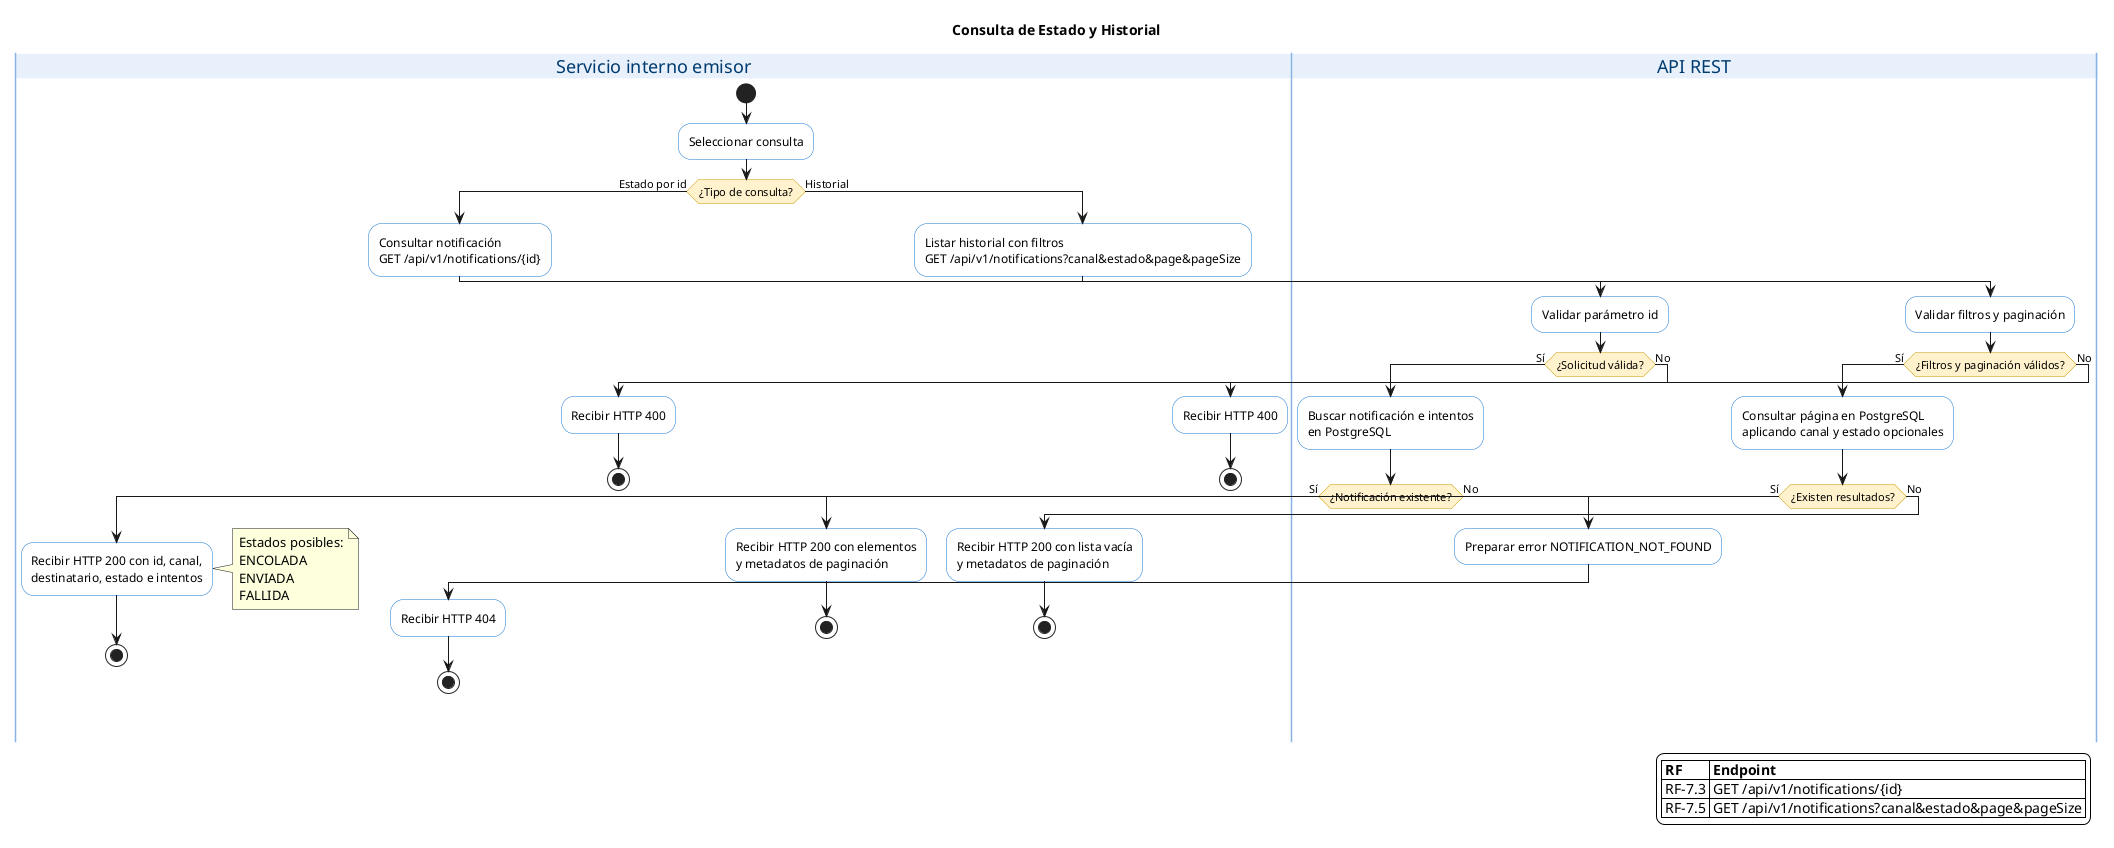
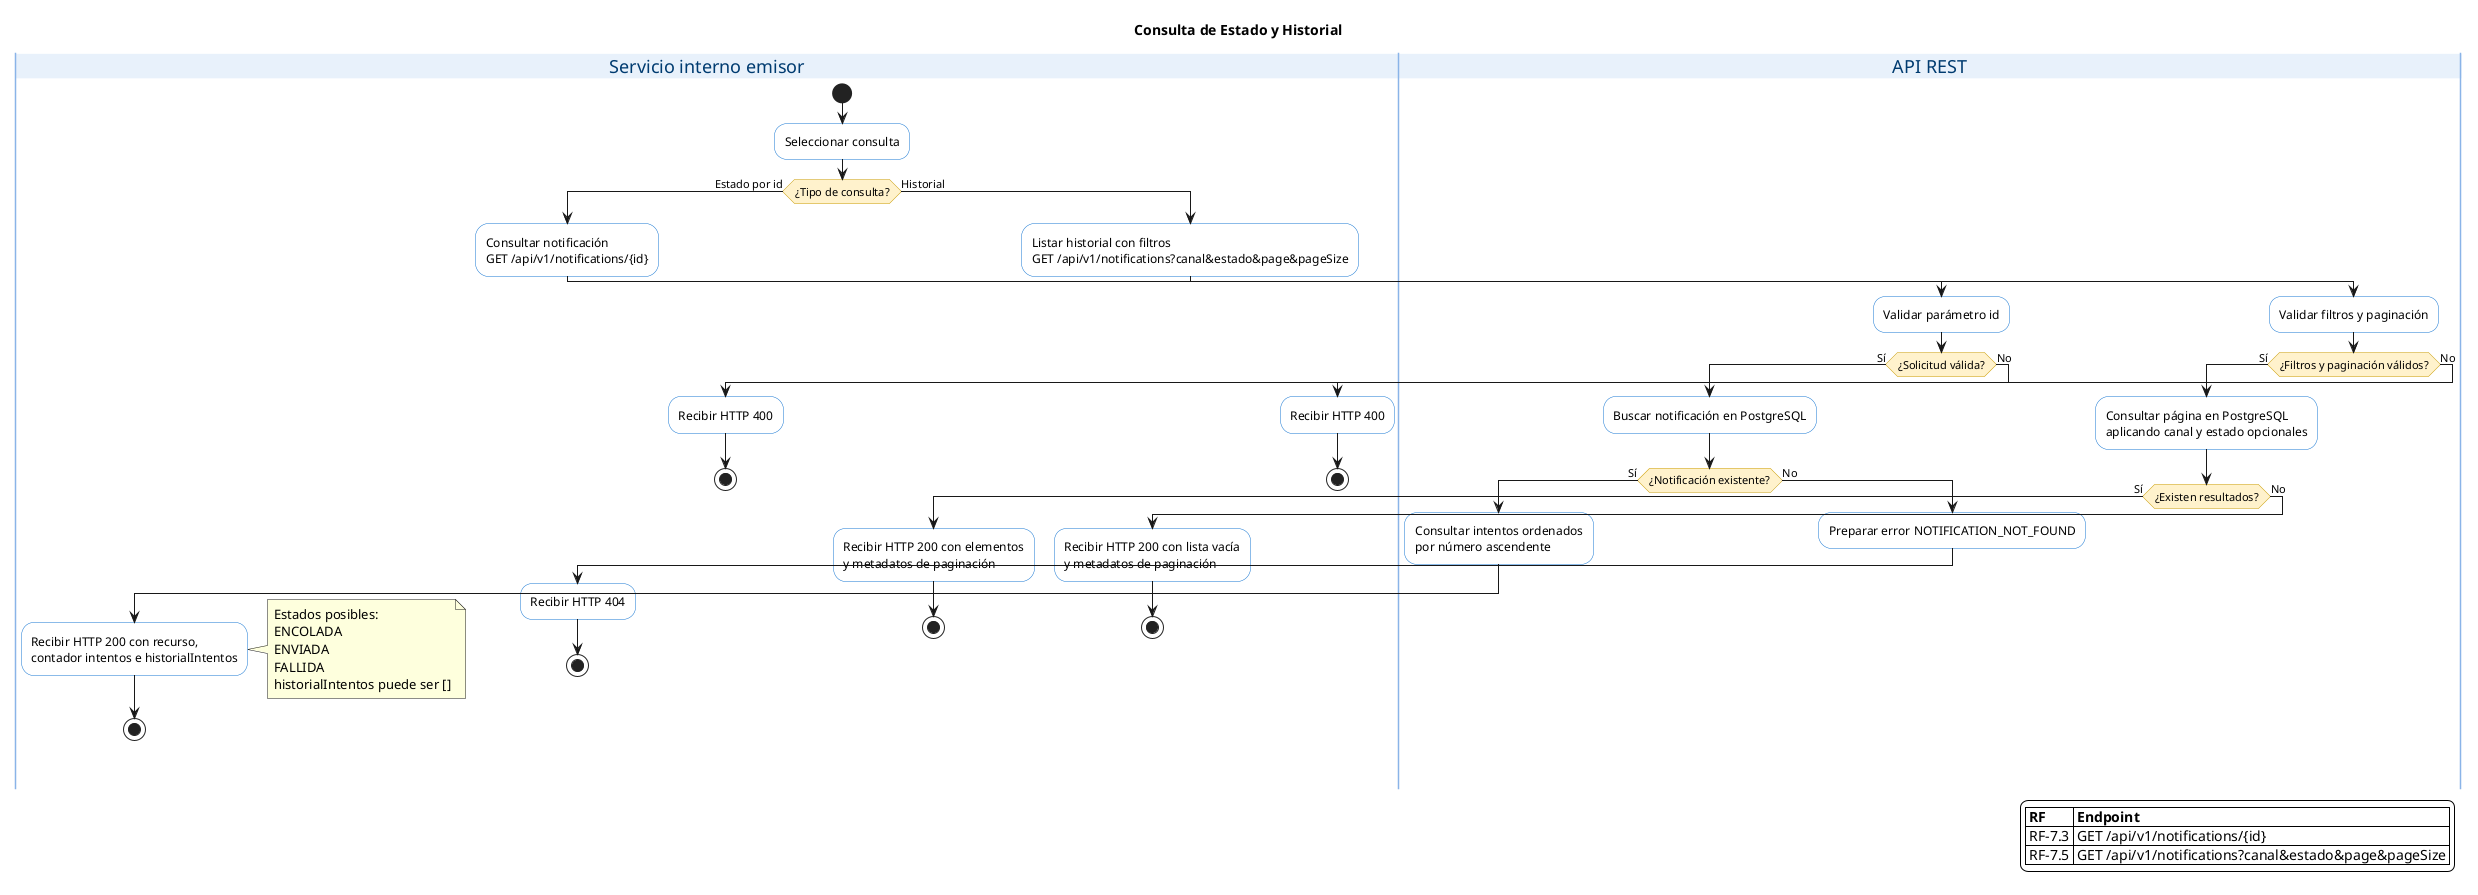
@startuml notificaciones-03-bp-consulta-historial

title Consulta de Estado y Historial

skinparam backgroundColor white
skinparam shadowing false
skinparam activity {
    BackgroundColor white
    BorderColor #1676D2
    FontColor #000000
    DiamondBackgroundColor #FFF2CC
    DiamondBorderColor #C99A00
    StartColor #222222
    EndColor #222222
    BarColor #1676D2
}
skinparam swimlane {
    BorderColor #8AB4E8
    TitleBackgroundColor #E8F1FB
    TitleFontColor #003B70
}

|Servicio interno emisor|
start
:Seleccionar consulta;

if (¿Tipo de consulta?) then (Estado por id)
    :Consultar notificación\nGET /api/v1/notifications/{id};
    |API REST|
    :Validar parámetro id;
    if (¿Solicitud válida?) then (Sí)
-         :Buscar notificación e intentos\nen PostgreSQL;
+         :Buscar notificación en PostgreSQL;
        if (¿Notificación existente?) then (Sí)
+             :Consultar intentos ordenados\npor número ascendente;
            |Servicio interno emisor|
-             :Recibir HTTP 200 con id, canal,\ndestinatario, estado e intentos;
+             :Recibir HTTP 200 con recurso,\ncontador intentos e historialIntentos;
            note right
              Estados posibles:
              ENCOLADA
              ENVIADA
              FALLIDA
+               historialIntentos puede ser []
            end note
            stop
        else (No)
            |API REST|
            :Preparar error NOTIFICATION_NOT_FOUND;
            |Servicio interno emisor|
            :Recibir HTTP 404;
            stop
        endif
    else (No)
        |Servicio interno emisor|
        :Recibir HTTP 400;
        stop
    endif

else (Historial)
    :Listar historial con filtros\nGET /api/v1/notifications?canal&estado&page&pageSize;
    |API REST|
    :Validar filtros y paginación;
    if (¿Filtros y paginación válidos?) then (Sí)
        :Consultar página en PostgreSQL\naplicando canal y estado opcionales;
        if (¿Existen resultados?) then (Sí)
            |Servicio interno emisor|
            :Recibir HTTP 200 con elementos\ny metadatos de paginación;
            stop
        else (No)
            |Servicio interno emisor|
            :Recibir HTTP 200 con lista vacía\ny metadatos de paginación;
            stop
        endif
    else (No)
        |Servicio interno emisor|
        :Recibir HTTP 400;
        stop
    endif
endif

legend right
|= RF |= Endpoint |
| RF-7.3 | GET /api/v1/notifications/{id} |
| RF-7.5 | GET /api/v1/notifications?canal&estado&page&pageSize |
endlegend

@enduml
